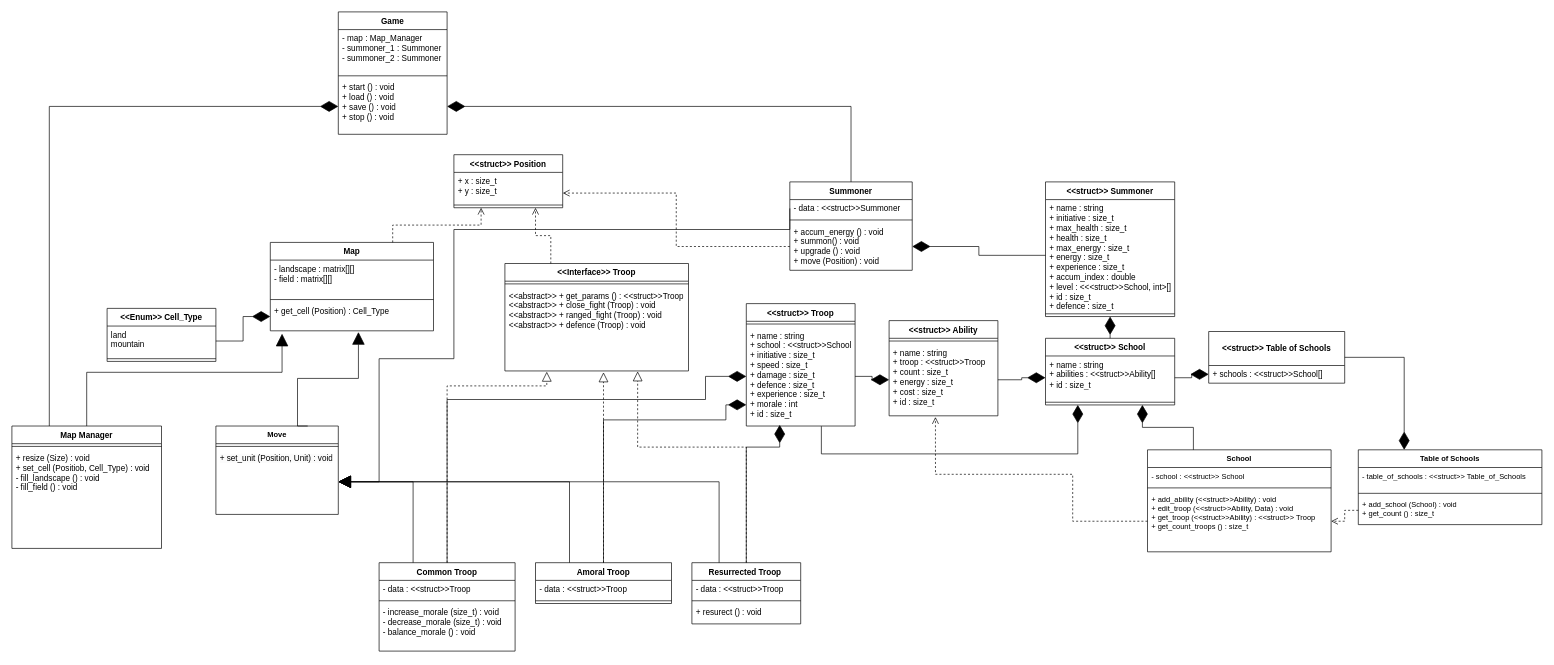
Above: lab3.drawio in Alvald1/draw.io (draw.io), before the change. Source tidied: cells renumbered, new cells numbered last; positions are measured from the earlier drawing's top-left corner, leaving out a move shared by most shapes. Both pictures are drawn from the tidied source at 68%, with x=0, y=0 at pixel (12, 12).
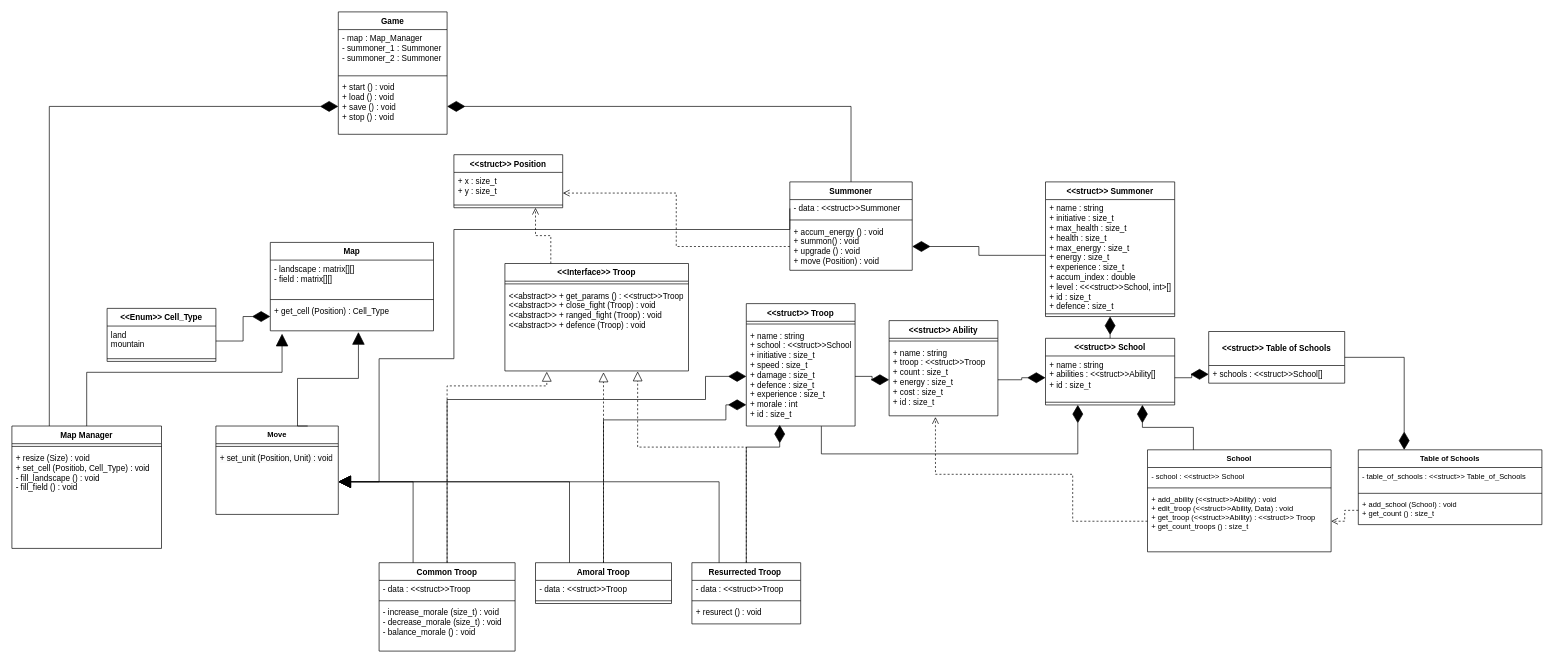
After the change.

The change refers to these unchanged cells:
```xml
<mxCell id="44" value="Map" style="swimlane;fontStyle=1;align=center;verticalAlign=top;horizontal=1;startSize=26;whiteSpace=wrap;html=1;" parent="1" vertex="1">
  <mxGeometry x="380" y="339" width="240" height="130" as="geometry" />
</mxCell>
<mxCell id="48" value="&amp;lt;&amp;lt;struct&amp;gt;&amp;gt; Position" style="swimlane;fontStyle=1;align=center;verticalAlign=top;horizontal=1;startSize=26;whiteSpace=wrap;html=1;" parent="1" vertex="1">
  <mxGeometry x="650" y="210" width="160" height="78" as="geometry" />
</mxCell>
```

The edit, as a diff of the source:
```diff
@@
-    <mxCell id="71" style="html=1;verticalAlign=bottom;endArrow=open;dashed=1;endSize=8;curved=0;rounded=0;strokeColor=default;align=center;fontFamily=Helvetica;fontSize=11;fontColor=default;labelBackgroundColor=default;edgeStyle=orthogonalEdgeStyle;exitX=0.75;exitY=0;exitDx=0;exitDy=0;entryX=0.25;entryY=1;entryDx=0;entryDy=0;" parent="1" edge="1" source="44" target="48">
-      <mxGeometry relative="1" as="geometry" />
-    </mxCell>
```
